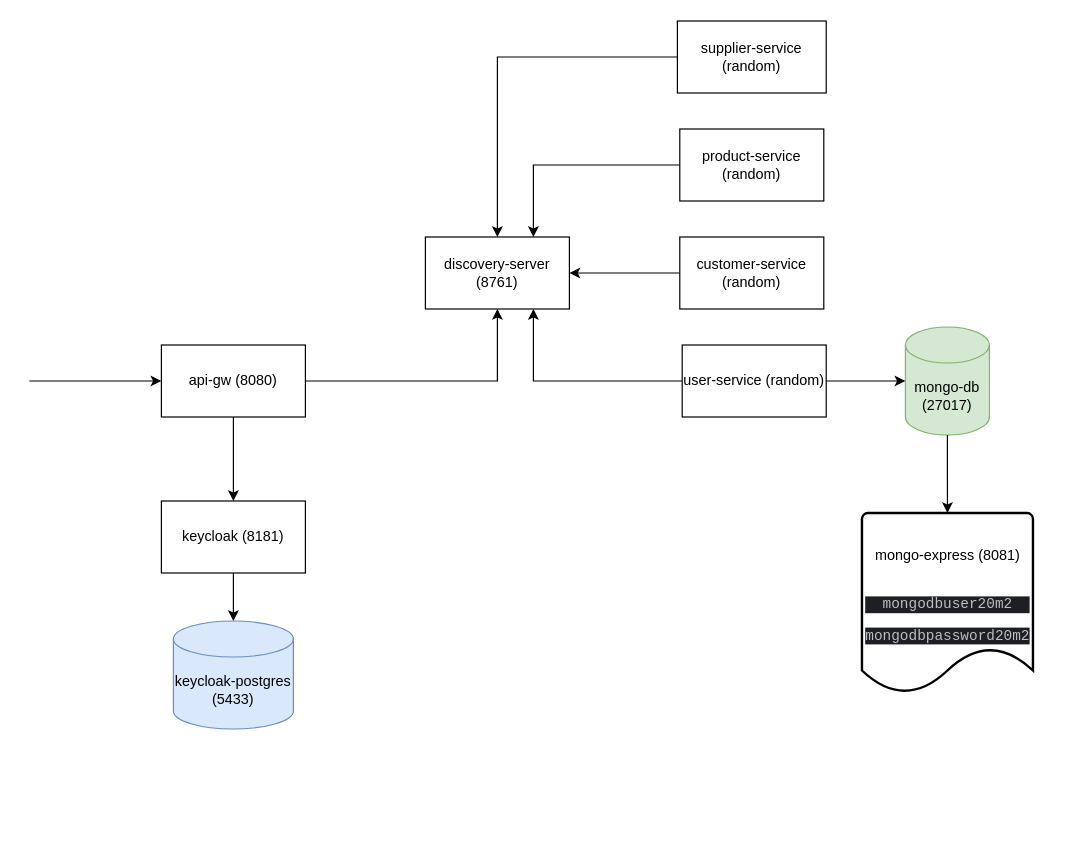
This is 20m2.drawio from amatiangelo20m2/venti, a draw.io file, before an edit. Source tidied: cells renumbered, new cells numbered last; positions are measured from the earlier drawing's top-left corner, leaving out a move shared by most shapes. Both pictures are drawn from the tidied source at 120%, with x=0, y=0 at pixel (29, 20).
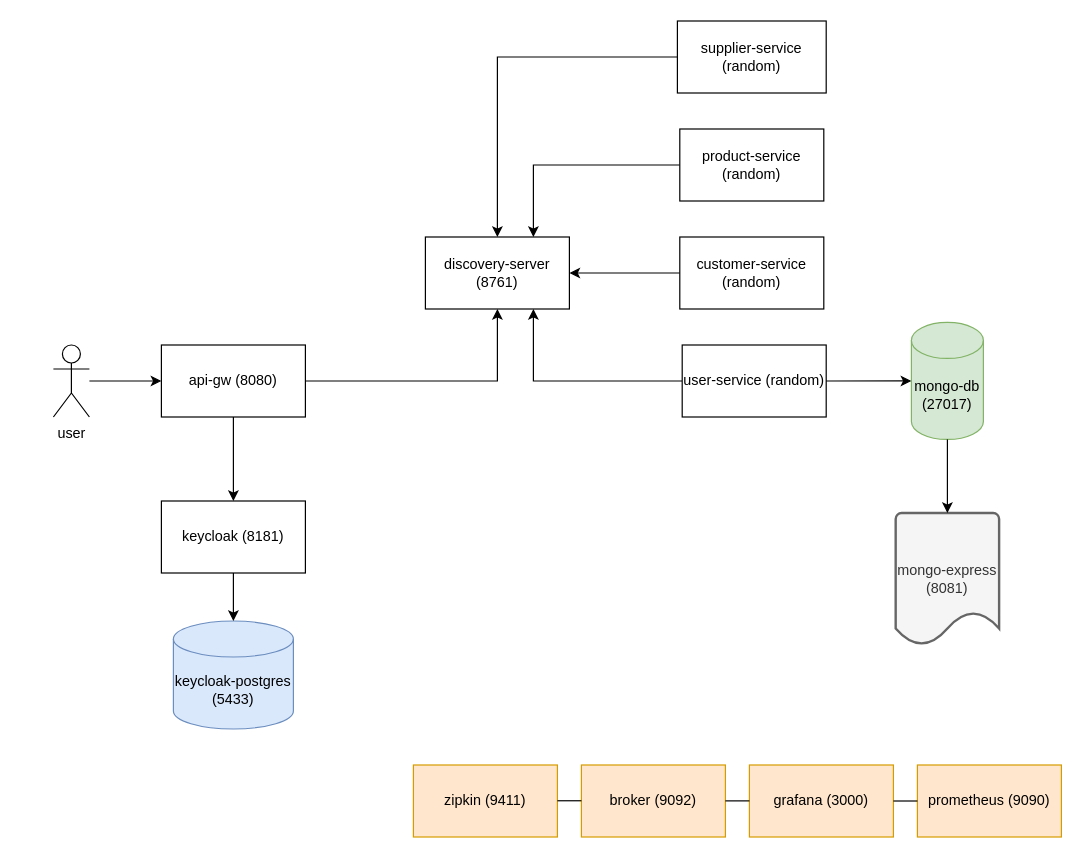
Above is the later version.

What changed in the source:
```diff
@@
     <mxCell id="5" style="endArrow=classic;html=1;rounded=0;" parent="1" edge="1">
       <mxGeometry relative="1" as="geometry">
-        <mxPoint y="300" as="sourcePoint" />
+        <mxPoint x="50" y="300" as="sourcePoint" />
         <mxPoint x="110" y="300" as="targetPoint" />
       </mxGeometry>
     </mxCell>
@@
     <mxCell id="22" value="mongo-db (27017)" style="shape=cylinder3;whiteSpace=wrap;html=1;boundedLbl=1;backgroundOutline=1;size=15;fillColor=#d5e8d4;strokeColor=#82b366;" parent="1" vertex="1">
-      <mxGeometry x="730" y="255" width="70" height="90" as="geometry" />
+      <mxGeometry x="735" y="251.2" width="60" height="97.5" as="geometry" />
     </mxCell>
@@
-    <mxCell id="24" value="mongo-express (8081)&lt;br&gt;&lt;br&gt;&lt;div style=&quot;background-color:#1e1f22;color:#bcbec4&quot;&gt;&lt;pre style=&quot;font-family:'JetBrains Mono',monospace;font-size:9,8pt;&quot;&gt;mongodbuser20m2&lt;/pre&gt;&lt;/div&gt;&lt;div style=&quot;background-color:#1e1f22;color:#bcbec4&quot;&gt;&lt;pre style=&quot;font-family:'JetBrains Mono',monospace;font-size:9,8pt;&quot;&gt;mongodbpassword20m2&lt;/pre&gt;&lt;/div&gt;" style="strokeWidth=2;html=1;shape=mxgraph.flowchart.document2;whiteSpace=wrap;size=0.25;" parent="1" vertex="1">
-      <mxGeometry x="693.8" y="410" width="142.5" height="150" as="geometry" />
+    <mxCell id="24" value="mongo-express (8081)" style="strokeWidth=2;html=1;shape=mxgraph.flowchart.document2;whiteSpace=wrap;size=0.25;fillColor=#f5f5f5;fontColor=#333333;strokeColor=#666666;" parent="1" vertex="1">
+      <mxGeometry x="721.9" y="410" width="86.2" height="110" as="geometry" />
     </mxCell>
@@
+    <mxCell id="26" style="edgeStyle=orthogonalEdgeStyle;rounded=0;orthogonalLoop=1;jettySize=auto;html=1;exitX=0;exitY=0.5;exitDx=0;exitDy=0;entryX=0;entryY=0.5;entryDx=0;entryDy=0;entryPerimeter=0;fillColor=#ffe6cc;strokeColor=#d79b00;" parent="1" edge="1" source="27" target="27">
+      <mxGeometry relative="1" as="geometry" />
+    </mxCell>
+    <mxCell id="27" value="zipkin (9411)" style="rounded=0;whiteSpace=wrap;html=1;fillColor=#ffe6cc;strokeColor=#d79b00;" parent="1" vertex="1">
+      <mxGeometry x="320" y="620" width="120" height="60" as="geometry" />
+    </mxCell>
+    <mxCell id="28" style="edgeStyle=orthogonalEdgeStyle;rounded=0;orthogonalLoop=1;jettySize=auto;html=1;exitX=0;exitY=0.5;exitDx=0;exitDy=0;entryX=0;entryY=0.5;entryDx=0;entryDy=0;entryPerimeter=0;fillColor=#ffe6cc;strokeColor=#d79b00;" parent="1" edge="1">
+      <mxGeometry relative="1" as="geometry">
+        <mxPoint x="730" y="640" as="sourcePoint" />
+        <mxPoint x="730" y="640" as="targetPoint" />
+      </mxGeometry>
+    </mxCell>
+    <mxCell id="29" value="broker (9092)" style="rounded=0;whiteSpace=wrap;html=1;fillColor=#ffe6cc;strokeColor=#d79b00;" parent="1" vertex="1">
+      <mxGeometry x="460" y="620" width="120" height="60" as="geometry" />
+    </mxCell>
+    <mxCell id="30" style="edgeStyle=orthogonalEdgeStyle;rounded=0;orthogonalLoop=1;jettySize=auto;html=1;exitX=0;exitY=0.5;exitDx=0;exitDy=0;entryX=0;entryY=0.5;entryDx=0;entryDy=0;entryPerimeter=0;fillColor=#ffe6cc;strokeColor=#d79b00;" parent="1" edge="1" source="31" target="31">
+      <mxGeometry relative="1" as="geometry" />
+    </mxCell>
+    <mxCell id="31" value="grafana (3000)" style="rounded=0;whiteSpace=wrap;html=1;fillColor=#ffe6cc;strokeColor=#d79b00;" parent="1" vertex="1">
+      <mxGeometry x="600" y="620" width="120" height="60" as="geometry" />
+    </mxCell>
+    <mxCell id="32" style="edgeStyle=orthogonalEdgeStyle;rounded=0;orthogonalLoop=1;jettySize=auto;html=1;exitX=0;exitY=0.5;exitDx=0;exitDy=0;entryX=0;entryY=0.5;entryDx=0;entryDy=0;entryPerimeter=0;fillColor=#ffe6cc;strokeColor=#d79b00;" parent="1" edge="1" source="33" target="33">
+      <mxGeometry relative="1" as="geometry" />
+    </mxCell>
+    <mxCell id="33" value="prometheus (9090)" style="rounded=0;whiteSpace=wrap;html=1;fillColor=#ffe6cc;strokeColor=#d79b00;" parent="1" vertex="1">
+      <mxGeometry x="740" y="620" width="120" height="60" as="geometry" />
+    </mxCell>
+    <mxCell id="34" style="endArrow=none;html=1;rounded=0;exitX=1;exitY=0.5;exitDx=0;exitDy=0;entryX=0;entryY=0.5;entryDx=0;entryDy=0;" parent="1" edge="1" source="31" target="33">
+      <mxGeometry relative="1" as="geometry" />
+    </mxCell>
+    <mxCell id="35" style="endArrow=none;html=1;rounded=0;exitX=1;exitY=0.5;exitDx=0;exitDy=0;entryX=0;entryY=0.5;entryDx=0;entryDy=0;" parent="1" edge="1">
+      <mxGeometry relative="1" as="geometry">
+        <mxPoint x="580" y="649.9" as="sourcePoint" />
+        <mxPoint x="600" y="649.9" as="targetPoint" />
+      </mxGeometry>
+    </mxCell>
+    <mxCell id="36" style="endArrow=none;html=1;rounded=0;exitX=1;exitY=0.5;exitDx=0;exitDy=0;entryX=0;entryY=0.5;entryDx=0;entryDy=0;" parent="1" edge="1">
+      <mxGeometry relative="1" as="geometry">
+        <mxPoint x="440" y="649.8" as="sourcePoint" />
+        <mxPoint x="460" y="649.8" as="targetPoint" />
+        <Array as="points">
+          <mxPoint x="440" y="649.8" />
+        </Array>
+      </mxGeometry>
+    </mxCell>
+    <mxCell id="37" value="user" style="shape=umlActor;verticalLabelPosition=bottom;verticalAlign=top;html=1;" parent="1" vertex="1">
+      <mxGeometry x="20" y="270" width="30" height="60" as="geometry" />
+    </mxCell>
```
